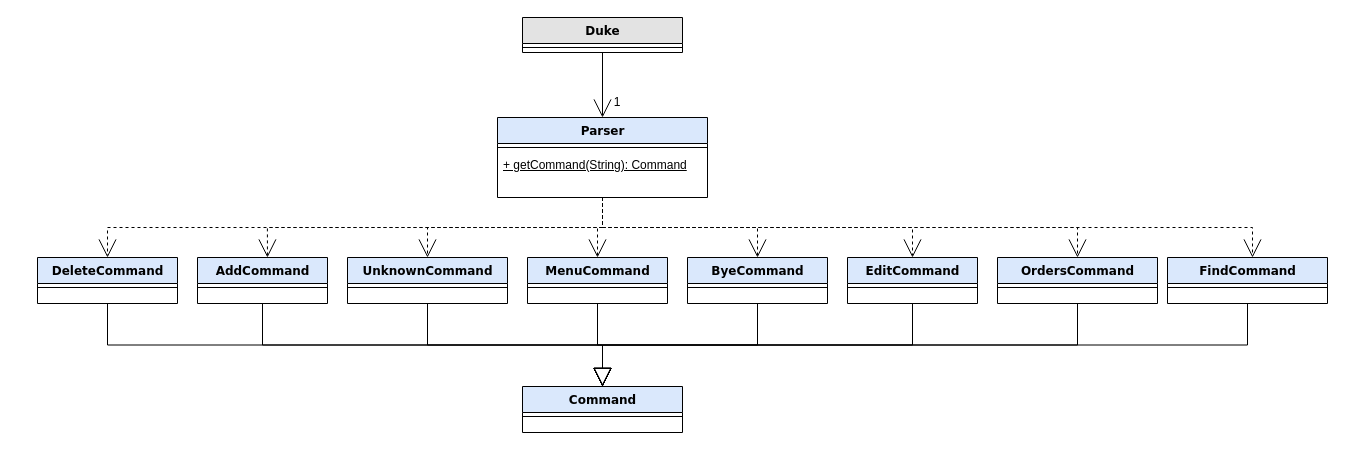
Before: page "Page-1" (1 of 2) of UMLdiagrams/ParserDiagrams/ParserClassDiag.drawio in thaddyyz/tp, a draw.io diagram. Source tidied: cells renumbered, new cells numbered last; positions are measured from the earlier drawing's top-left corner, leaving out a move shared by most shapes. Both pictures are drawn from the tidied source at 100%, with x=0, y=0 at pixel (37, 17).
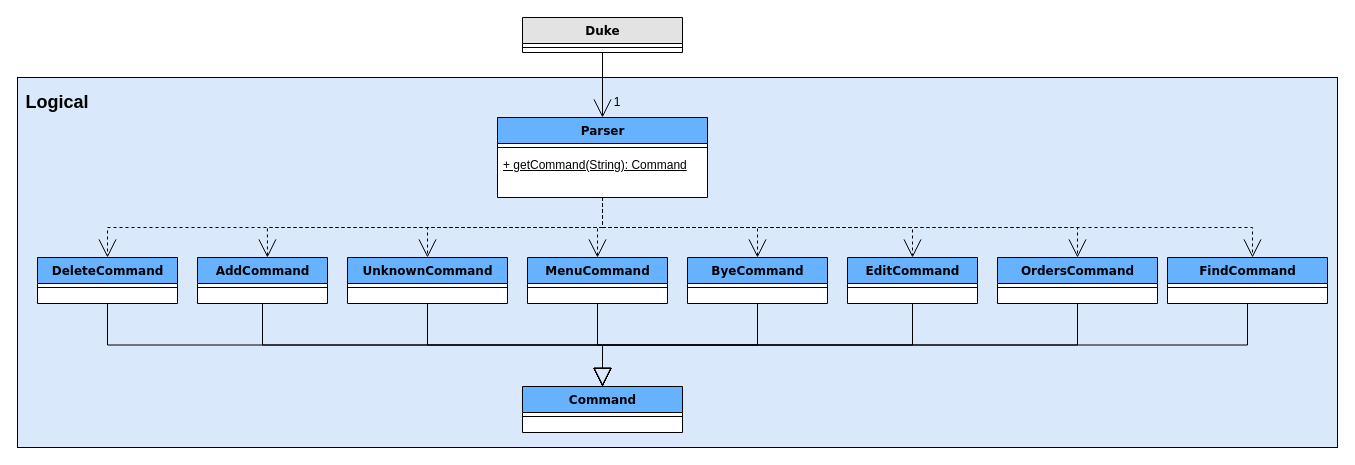
The same diagram, later.

Diff of the diagram source:
```diff
@@
+    <mxCell id="43" style="rounded=0;whiteSpace=wrap;html=1;fillColor=#DAE8FC;align=center;" parent="1" vertex="1">
+      <mxGeometry x="-20" y="60" width="1320" height="370" as="geometry" />
+    </mxCell>
-    <mxCell id="2" value="Parser" style="swimlane;html=1;fontStyle=1;align=center;verticalAlign=top;horizontal=1;startSize=26;swimlaneFillColor=#ffffff;rounded=0;shadow=0;comic=0;labelBackgroundColor=none;strokeWidth=1;fillColor=#DAE8FC;fontFamily=Verdana;fontSize=12;" parent="1" vertex="1">
+    <mxCell id="2" value="Parser" style="swimlane;html=1;fontStyle=1;align=center;verticalAlign=top;horizontal=1;startSize=26;swimlaneFillColor=#ffffff;rounded=0;shadow=0;comic=0;labelBackgroundColor=none;strokeWidth=1;fillColor=#66B2FF;fontFamily=Verdana;fontSize=12;" parent="1" vertex="1">
       <mxGeometry x="460" y="100" width="210" height="80" as="geometry" />
     </mxCell>
@@
-    <mxCell id="5" value="AddCommand" style="swimlane;html=1;fontStyle=1;align=center;verticalAlign=top;horizontal=1;startSize=26;swimlaneFillColor=#ffffff;rounded=0;shadow=0;comic=0;labelBackgroundColor=none;strokeWidth=1;fillColor=#DAE8FC;fontFamily=Verdana;fontSize=12;" parent="1" vertex="1">
+    <mxCell id="5" value="AddCommand" style="swimlane;html=1;fontStyle=1;align=center;verticalAlign=top;horizontal=1;startSize=26;swimlaneFillColor=#ffffff;rounded=0;shadow=0;comic=0;labelBackgroundColor=none;strokeWidth=1;fillColor=#66B2FF;fontFamily=Verdana;fontSize=12;" parent="1" vertex="1">
       <mxGeometry x="160" y="240" width="130" height="46" as="geometry" />
     </mxCell>
@@
-    <mxCell id="10" value="DeleteCommand" style="swimlane;html=1;fontStyle=1;align=center;verticalAlign=top;horizontal=1;startSize=26;swimlaneFillColor=#ffffff;rounded=0;shadow=0;comic=0;labelBackgroundColor=none;strokeWidth=1;fillColor=#DAE8FC;fontFamily=Verdana;fontSize=12;" parent="1" vertex="1">
+    <mxCell id="10" value="DeleteCommand" style="swimlane;html=1;fontStyle=1;align=center;verticalAlign=top;horizontal=1;startSize=26;swimlaneFillColor=#ffffff;rounded=0;shadow=0;comic=0;labelBackgroundColor=none;strokeWidth=1;fillColor=#66B2FF;fontFamily=Verdana;fontSize=12;" parent="1" vertex="1">
       <mxGeometry y="240" width="140" height="46" as="geometry" />
     </mxCell>
@@
-    <mxCell id="12" value="MenuCommand" style="swimlane;html=1;fontStyle=1;align=center;verticalAlign=top;horizontal=1;startSize=26;swimlaneFillColor=#ffffff;rounded=0;shadow=0;comic=0;labelBackgroundColor=none;strokeWidth=1;fillColor=#DAE8FC;fontFamily=Verdana;fontSize=12;" parent="1" vertex="1">
+    <mxCell id="12" value="MenuCommand" style="swimlane;html=1;fontStyle=1;align=center;verticalAlign=top;horizontal=1;startSize=26;swimlaneFillColor=#ffffff;rounded=0;shadow=0;comic=0;labelBackgroundColor=none;strokeWidth=1;fillColor=#66B2FF;fontFamily=Verdana;fontSize=12;" parent="1" vertex="1">
       <mxGeometry x="490" y="240" width="140" height="46" as="geometry" />
     </mxCell>
@@
-    <mxCell id="14" value="OrdersCommand" style="swimlane;html=1;fontStyle=1;align=center;verticalAlign=top;horizontal=1;startSize=26;swimlaneFillColor=#ffffff;rounded=0;shadow=0;comic=0;labelBackgroundColor=none;strokeWidth=1;fillColor=#DAE8FC;fontFamily=Verdana;fontSize=12;" parent="1" vertex="1">
+    <mxCell id="14" value="OrdersCommand" style="swimlane;html=1;fontStyle=1;align=center;verticalAlign=top;horizontal=1;startSize=26;swimlaneFillColor=#ffffff;rounded=0;shadow=0;comic=0;labelBackgroundColor=none;strokeWidth=1;fillColor=#66B2FF;fontFamily=Verdana;fontSize=12;" parent="1" vertex="1">
       <mxGeometry x="960" y="240" width="160" height="46" as="geometry" />
     </mxCell>
@@
-    <mxCell id="16" value="EditCommand" style="swimlane;html=1;fontStyle=1;align=center;verticalAlign=top;horizontal=1;startSize=26;swimlaneFillColor=#ffffff;rounded=0;shadow=0;comic=0;labelBackgroundColor=none;strokeWidth=1;fillColor=#DAE8FC;fontFamily=Verdana;fontSize=12;" parent="1" vertex="1">
+    <mxCell id="16" value="EditCommand" style="swimlane;html=1;fontStyle=1;align=center;verticalAlign=top;horizontal=1;startSize=26;swimlaneFillColor=#ffffff;rounded=0;shadow=0;comic=0;labelBackgroundColor=none;strokeWidth=1;fillColor=#66B2FF;fontFamily=Verdana;fontSize=12;" parent="1" vertex="1">
       <mxGeometry x="810" y="240" width="130" height="46" as="geometry" />
     </mxCell>
@@
-    <mxCell id="18" value="ByeCommand" style="swimlane;html=1;fontStyle=1;align=center;verticalAlign=top;horizontal=1;startSize=26;swimlaneFillColor=#ffffff;rounded=0;shadow=0;comic=0;labelBackgroundColor=none;strokeWidth=1;fillColor=#DAE8FC;fontFamily=Verdana;fontSize=12;" parent="1" vertex="1">
+    <mxCell id="18" value="ByeCommand" style="swimlane;html=1;fontStyle=1;align=center;verticalAlign=top;horizontal=1;startSize=26;swimlaneFillColor=#ffffff;rounded=0;shadow=0;comic=0;labelBackgroundColor=none;strokeWidth=1;fillColor=#66B2FF;fontFamily=Verdana;fontSize=12;" parent="1" vertex="1">
       <mxGeometry x="650" y="240" width="140" height="46" as="geometry" />
     </mxCell>
@@
-    <mxCell id="20" value="UnknownCommand" style="swimlane;html=1;fontStyle=1;align=center;verticalAlign=top;horizontal=1;startSize=26;swimlaneFillColor=#ffffff;rounded=0;shadow=0;comic=0;labelBackgroundColor=none;strokeWidth=1;fillColor=#DAE8FC;fontFamily=Verdana;fontSize=12;" parent="1" vertex="1">
+    <mxCell id="20" value="UnknownCommand" style="swimlane;html=1;fontStyle=1;align=center;verticalAlign=top;horizontal=1;startSize=26;swimlaneFillColor=#ffffff;rounded=0;shadow=0;comic=0;labelBackgroundColor=none;strokeWidth=1;fillColor=#66B2FF;fontFamily=Verdana;fontSize=12;" parent="1" vertex="1">
       <mxGeometry x="310" y="240" width="160" height="46" as="geometry" />
     </mxCell>
@@
-    <mxCell id="22" value="Command" style="swimlane;html=1;fontStyle=1;align=center;verticalAlign=top;horizontal=1;startSize=26;swimlaneFillColor=#ffffff;rounded=0;shadow=0;comic=0;labelBackgroundColor=none;strokeWidth=1;fillColor=#DAE8FC;fontFamily=Verdana;fontSize=12;" parent="1" vertex="1">
+    <mxCell id="22" value="Command" style="swimlane;html=1;fontStyle=1;align=center;verticalAlign=top;horizontal=1;startSize=26;swimlaneFillColor=#ffffff;rounded=0;shadow=0;comic=0;labelBackgroundColor=none;strokeWidth=1;fillColor=#66B2FF;fontFamily=Verdana;fontSize=12;" parent="1" vertex="1">
       <mxGeometry x="485" y="369" width="160" height="46" as="geometry" />
     </mxCell>
@@
-    <mxCell id="31" value="FindCommand" style="swimlane;html=1;fontStyle=1;align=center;verticalAlign=top;horizontal=1;startSize=26;swimlaneFillColor=#ffffff;rounded=0;shadow=0;comic=0;labelBackgroundColor=none;strokeWidth=1;fillColor=#DAE8FC;fontFamily=Verdana;fontSize=12;" parent="1" vertex="1">
+    <mxCell id="31" value="FindCommand" style="swimlane;html=1;fontStyle=1;align=center;verticalAlign=top;horizontal=1;startSize=26;swimlaneFillColor=#ffffff;rounded=0;shadow=0;comic=0;labelBackgroundColor=none;strokeWidth=1;fillColor=#66B2FF;fontFamily=Verdana;fontSize=12;" parent="1" vertex="1">
       <mxGeometry x="1130" y="240" width="160" height="46" as="geometry" />
     </mxCell>
@@
+    <mxCell id="44" value="&lt;b&gt;&lt;font style=&quot;font-size: 18px&quot;&gt;Logical&lt;/font&gt;&lt;/b&gt;" style="text;html=1;strokeColor=none;fillColor=none;align=center;verticalAlign=middle;whiteSpace=wrap;rounded=0;shadow=0;" parent="1" vertex="1">
+      <mxGeometry x="-10" y="70" width="60" height="30" as="geometry" />
+    </mxCell>
```
